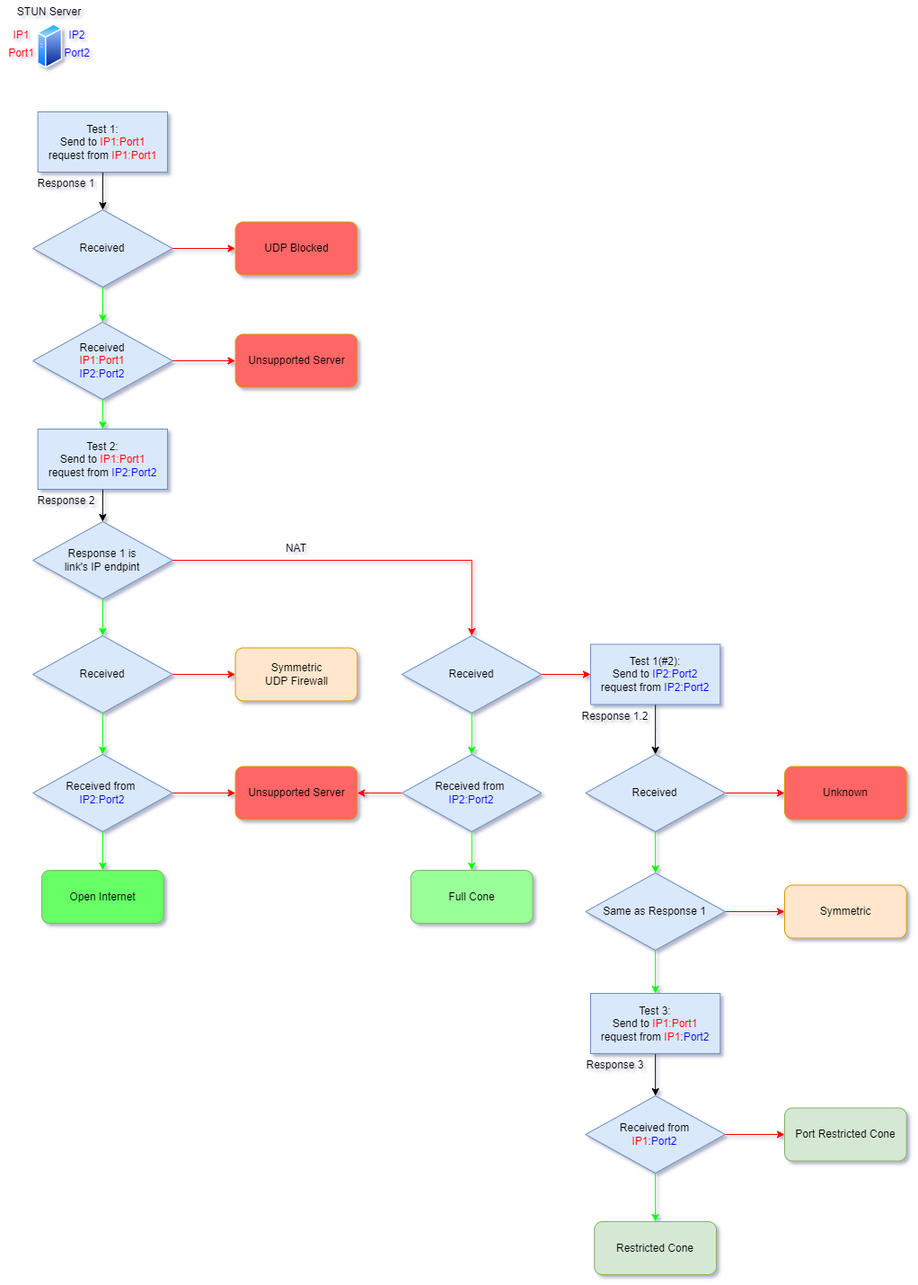
Earlier version of the draw.io export pic/RFC3489.png (HMBSbige/NatTypeTester). Source tidied: cells renumbered, new cells last; positions are measured from the earlier drawing's top-left corner, leaving out a move shared by most shapes.
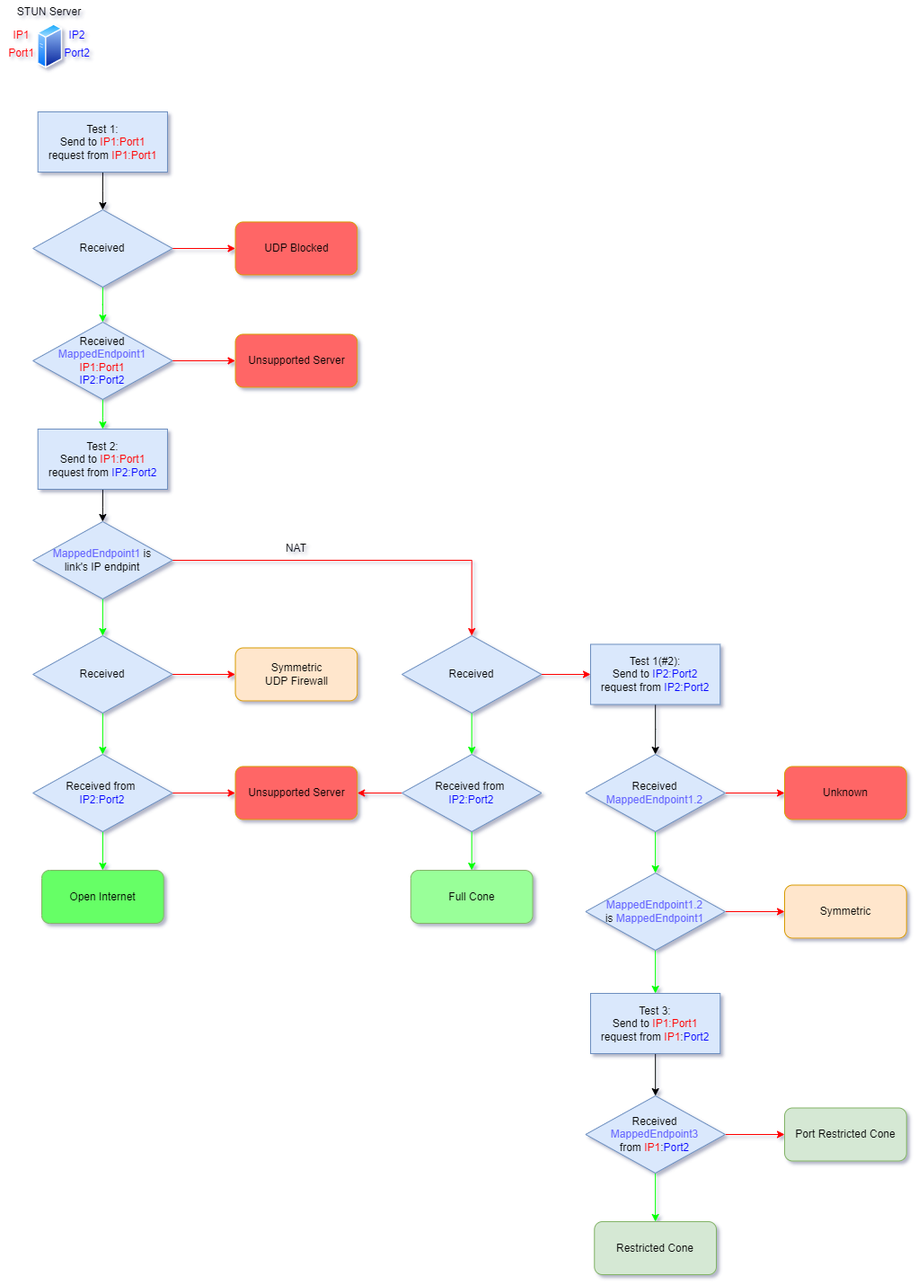
The same diagram one commit later.

The edit, as a diff of the source:
```diff
@@ -44,7 +44,7 @@
     <mxCell id="15" style="edgeStyle=orthogonalEdgeStyle;rounded=0;jettySize=auto;html=1;fontFamily=Helvetica;fontColor=#0000FF;strokeColor=#00FF00;" parent="1" edge="1" source="16" target="19">
       <mxGeometry relative="1" as="geometry" />
     </mxCell>
-    <mxCell id="16" value="Received&lt;br&gt;&lt;font color=&quot;#ff0000&quot;&gt;IP1:Port1&lt;/font&gt;&lt;br&gt;&lt;font color=&quot;#0000ff&quot;&gt;IP2:Port2&lt;/font&gt;" style="rhombus;whiteSpace=wrap;html=1;fillColor=#dae8fc;strokeColor=#6c8ebf;rounded=0;labelBackgroundColor=none;fillStyle=auto;" parent="1" vertex="1">
+    <mxCell id="16" value="Received&lt;br&gt;&lt;font color=&quot;#6666ff&quot;&gt;MappedEndpoint1&lt;/font&gt;&lt;br&gt;&lt;font color=&quot;#ff0000&quot;&gt;IP1:Port1&lt;/font&gt;&lt;br&gt;&lt;font color=&quot;#0000ff&quot;&gt;IP2:Port2&lt;/font&gt;" style="rhombus;whiteSpace=wrap;html=1;fillColor=#dae8fc;strokeColor=#6c8ebf;rounded=0;labelBackgroundColor=none;fillStyle=auto;" parent="1" vertex="1">
       <mxGeometry x="36.1" y="358" width="155.4" height="86" as="geometry" />
     </mxCell>
     <mxCell id="17" value="Unsupported Server" style="rounded=1;whiteSpace=wrap;html=1;labelBackgroundColor=none;fillStyle=auto;fontFamily=Helvetica;fillColor=#FF6666;strokeColor=#d79b00;" parent="1" vertex="1">
@@ -56,15 +56,9 @@
     <mxCell id="19" value="Test 2:&lt;br&gt;Send to&amp;nbsp;&lt;span style=&quot;color: rgb(255, 0, 0);&quot;&gt;IP1:Port1&lt;br&gt;&lt;/span&gt;request from&amp;nbsp;&lt;span style=&quot;color: rgb(0, 0, 255);&quot;&gt;IP2:Port2&lt;/span&gt;" style="whiteSpace=wrap;html=1;fillColor=#dae8fc;strokeColor=#6c8ebf;rounded=0;labelBackgroundColor=none;fillStyle=auto;" parent="1" vertex="1">
       <mxGeometry x="41.7" y="477" width="144.3" height="67" as="geometry" />
     </mxCell>
-    <mxCell id="20" value="Response 1" style="text;html=1;align=center;verticalAlign=middle;strokeColor=none;fillColor=none;fontFamily=Helvetica;fontColor=#000000;" parent="1" vertex="1">
-      <mxGeometry x="32" y="191" width="82" height="26" as="geometry" />
-    </mxCell>
     <mxCell id="21" style="edgeStyle=orthogonalEdgeStyle;rounded=0;jettySize=auto;html=1;fontFamily=Helvetica;fontColor=#000000;strokeColor=#00FF00;exitX=0.5;exitY=1;exitDx=0;exitDy=0;" parent="1" edge="1" source="27" target="25">
       <mxGeometry relative="1" as="geometry" />
     </mxCell>
-    <mxCell id="22" value="Response 2" style="text;html=1;align=center;verticalAlign=middle;strokeColor=none;fillColor=none;fontFamily=Helvetica;fontColor=#000000;" parent="1" vertex="1">
-      <mxGeometry x="32" y="544" width="82" height="26" as="geometry" />
-    </mxCell>
     <mxCell id="23" style="edgeStyle=orthogonalEdgeStyle;rounded=0;jettySize=auto;html=1;entryX=0.5;entryY=0;entryDx=0;entryDy=0;fontFamily=Helvetica;fontColor=#000000;strokeColor=#00FF00;" parent="1" edge="1" source="25" target="32">
       <mxGeometry relative="1" as="geometry" />
     </mxCell>
@@ -86,7 +80,7 @@
     <mxCell id="29" style="edgeStyle=orthogonalEdgeStyle;rounded=0;jettySize=auto;html=1;fontFamily=Helvetica;fontColor=#000000;strokeColor=#FF0000;" parent="1" edge="1" source="30" target="36">
       <mxGeometry relative="1" as="geometry" />
     </mxCell>
-    <mxCell id="30" value="&lt;span style=&quot;&quot;&gt;Response 1 is&lt;br&gt;link's IP endpint&lt;/span&gt;" style="rhombus;whiteSpace=wrap;html=1;fillColor=#dae8fc;strokeColor=#6c8ebf;rounded=0;labelBackgroundColor=none;fillStyle=auto;" parent="1" vertex="1">
+    <mxCell id="30" value="&lt;span style=&quot;color: rgb(102, 102, 255);&quot;&gt;MappedEndpoint1&lt;/span&gt;&lt;span style=&quot;&quot;&gt;&amp;nbsp;is&lt;br&gt;link's IP endpint&lt;/span&gt;" style="rhombus;whiteSpace=wrap;html=1;fillColor=#dae8fc;strokeColor=#6c8ebf;rounded=0;labelBackgroundColor=none;fillStyle=auto;" parent="1" vertex="1">
       <mxGeometry x="36.1" y="580" width="155.4" height="86" as="geometry" />
     </mxCell>
     <mxCell id="31" value="Symmetric&lt;br&gt;UDP Firewall" style="rounded=1;whiteSpace=wrap;html=1;labelBackgroundColor=none;fillStyle=auto;fontFamily=Helvetica;fillColor=#ffe6cc;strokeColor=#d79b00;" parent="1" vertex="1">
@@ -122,7 +116,7 @@
     <mxCell id="41" style="edgeStyle=orthogonalEdgeStyle;rounded=0;jettySize=auto;html=1;fontFamily=Helvetica;fontColor=#000000;strokeColor=#00FF00;" parent="1" edge="1" source="42" target="47">
       <mxGeometry relative="1" as="geometry" />
     </mxCell>
-    <mxCell id="42" value="Received" style="rhombus;whiteSpace=wrap;html=1;fillColor=#dae8fc;strokeColor=#6c8ebf;rounded=0;labelBackgroundColor=none;fillStyle=auto;" parent="1" vertex="1">
+    <mxCell id="42" value="Received&lt;br&gt;&lt;span style=&quot;color: rgb(102, 102, 255);&quot;&gt;MappedEndpoint1.2&lt;/span&gt;" style="rhombus;whiteSpace=wrap;html=1;fillColor=#dae8fc;strokeColor=#6c8ebf;rounded=0;labelBackgroundColor=none;fillStyle=auto;" parent="1" vertex="1">
       <mxGeometry x="651.4" y="839" width="155.4" height="86" as="geometry" />
     </mxCell>
     <mxCell id="43" value="Unknown" style="rounded=1;whiteSpace=wrap;html=1;labelBackgroundColor=none;fillStyle=auto;fontFamily=Helvetica;fillColor=#FF6666;strokeColor=#d79b00;" parent="1" vertex="1">
@@ -137,12 +131,9 @@
     <mxCell id="46" style="edgeStyle=orthogonalEdgeStyle;rounded=0;jettySize=auto;html=1;exitX=0.5;exitY=1;exitDx=0;exitDy=0;entryX=0.5;entryY=0;entryDx=0;entryDy=0;fontFamily=Helvetica;fontColor=#000000;strokeColor=#00FF00;" parent="1" edge="1" source="47" target="51">
       <mxGeometry relative="1" as="geometry" />
     </mxCell>
-    <mxCell id="47" value="Same as&amp;nbsp;&lt;span style=&quot;&quot;&gt;Response 1&lt;br&gt;&lt;/span&gt;" style="rhombus;whiteSpace=wrap;html=1;fillColor=#dae8fc;strokeColor=#6c8ebf;rounded=0;labelBackgroundColor=none;fillStyle=auto;" parent="1" vertex="1">
+    <mxCell id="47" value="&lt;span style=&quot;color: rgb(102, 102, 255);&quot;&gt;MappedEndpoint1.2&lt;br&gt;&lt;/span&gt;&lt;span style=&quot;&quot;&gt;is&amp;nbsp;&lt;/span&gt;&lt;span style=&quot;color: rgb(102, 102, 255);&quot;&gt;MappedEndpoint1&lt;/span&gt;&lt;span style=&quot;&quot;&gt;&lt;br&gt;&lt;/span&gt;" style="rhombus;whiteSpace=wrap;html=1;fillColor=#dae8fc;strokeColor=#6c8ebf;rounded=0;labelBackgroundColor=none;fillStyle=auto;" parent="1" vertex="1">
       <mxGeometry x="651.5" y="971" width="155.4" height="86" as="geometry" />
     </mxCell>
-    <mxCell id="48" value="Response 1.2" style="text;html=1;align=center;verticalAlign=middle;strokeColor=none;fillColor=none;fontFamily=Helvetica;fontColor=#000000;" parent="1" vertex="1">
-      <mxGeometry x="638" y="783.5" width="92" height="26" as="geometry" />
-    </mxCell>
     <mxCell id="49" value="Symmetric" style="rounded=1;whiteSpace=wrap;html=1;labelBackgroundColor=none;fillStyle=auto;fontFamily=Helvetica;fillColor=#ffe6cc;strokeColor=#d79b00;" parent="1" vertex="1">
       <mxGeometry x="873" y="984.5" width="135.7" height="59" as="geometry" />
     </mxCell>
@@ -158,7 +149,7 @@
     <mxCell id="53" style="edgeStyle=orthogonalEdgeStyle;rounded=0;jettySize=auto;html=1;exitX=0.5;exitY=1;exitDx=0;exitDy=0;entryX=0.5;entryY=0;entryDx=0;entryDy=0;fontFamily=Helvetica;fontColor=#000000;strokeColor=#00FF00;fillColor=#d5e8d4;" parent="1" edge="1" source="54" target="56">
       <mxGeometry relative="1" as="geometry" />
     </mxCell>
-    <mxCell id="54" value="Received from&lt;br&gt;&lt;span style=&quot;color: rgb(255, 0, 0);&quot;&gt;IP1&lt;/span&gt;:&lt;span style=&quot;color: rgb(0, 0, 255);&quot;&gt;Port2&lt;/span&gt;" style="rhombus;whiteSpace=wrap;html=1;fillColor=#dae8fc;strokeColor=#6c8ebf;rounded=0;labelBackgroundColor=none;fillStyle=auto;" parent="1" vertex="1">
+    <mxCell id="54" value="Received&lt;br&gt;&lt;span style=&quot;color: rgb(102, 102, 255);&quot;&gt;MappedEndpoint3&lt;br&gt;&lt;/span&gt;from&amp;nbsp;&lt;span style=&quot;color: rgb(255, 0, 0);&quot;&gt;IP1&lt;/span&gt;:&lt;span style=&quot;color: rgb(0, 0, 255);&quot;&gt;Port2&lt;/span&gt;" style="rhombus;whiteSpace=wrap;html=1;fillColor=#dae8fc;strokeColor=#6c8ebf;rounded=0;labelBackgroundColor=none;fillStyle=auto;" parent="1" vertex="1">
       <mxGeometry x="651.5" y="1219" width="155.4" height="86" as="geometry" />
     </mxCell>
     <mxCell id="55" value="Port Restricted Cone" style="rounded=1;whiteSpace=wrap;html=1;labelBackgroundColor=none;fillStyle=auto;fontFamily=Helvetica;fillColor=#d5e8d4;strokeColor=#82b366;" parent="1" vertex="1">
@@ -167,9 +158,6 @@
     <mxCell id="56" value="Restricted Cone" style="rounded=1;whiteSpace=wrap;html=1;labelBackgroundColor=none;fillStyle=auto;fontFamily=Helvetica;fillColor=#d5e8d4;strokeColor=#82b366;" parent="1" vertex="1">
       <mxGeometry x="661.3" y="1359" width="135.7" height="59" as="geometry" />
     </mxCell>
-    <mxCell id="57" value="Response 3" style="text;html=1;align=center;verticalAlign=middle;strokeColor=none;fillColor=none;fontFamily=Helvetica;fontColor=#000000;" parent="1" vertex="1">
-      <mxGeometry x="643" y="1172" width="82" height="26" as="geometry" />
-    </mxCell>
     <mxCell id="58" style="edgeStyle=orthogonalEdgeStyle;rounded=0;jettySize=auto;html=1;exitX=0.5;exitY=1;exitDx=0;exitDy=0;entryX=0.5;entryY=0;entryDx=0;entryDy=0;strokeColor=#00FF00;" parent="1" edge="1" source="60" target="37">
       <mxGeometry relative="1" as="geometry" />
     </mxCell>
```
